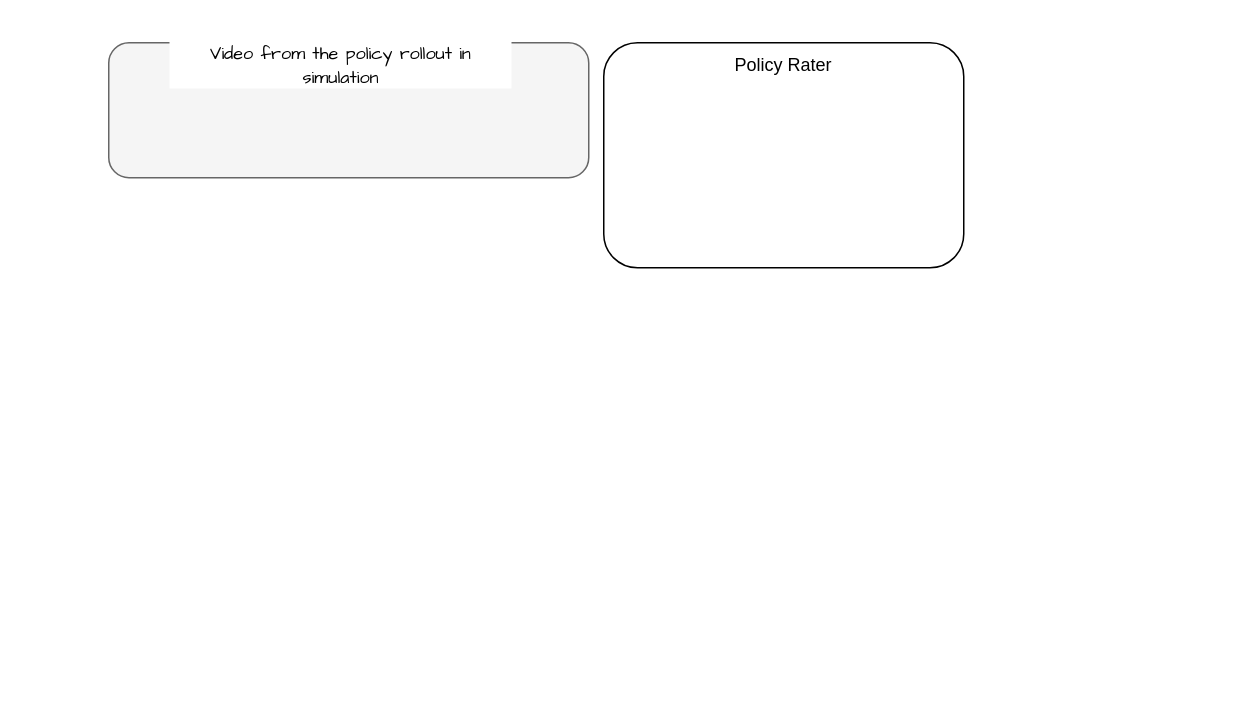
oplisty/APE keeps this draw.io diagram as 未命名绘图.drawio. Above is the earlier version. Source tidied: cells renumbered, new cells numbered last; positions are measured from the earlier drawing's top-left corner, leaving out a move shared by most shapes. Both pictures are drawn from the tidied source at 150%, with x=0, y=0 at pixel (108, 42). Pictures stored in the file or linked from it are replaced by grey dashed boxes.
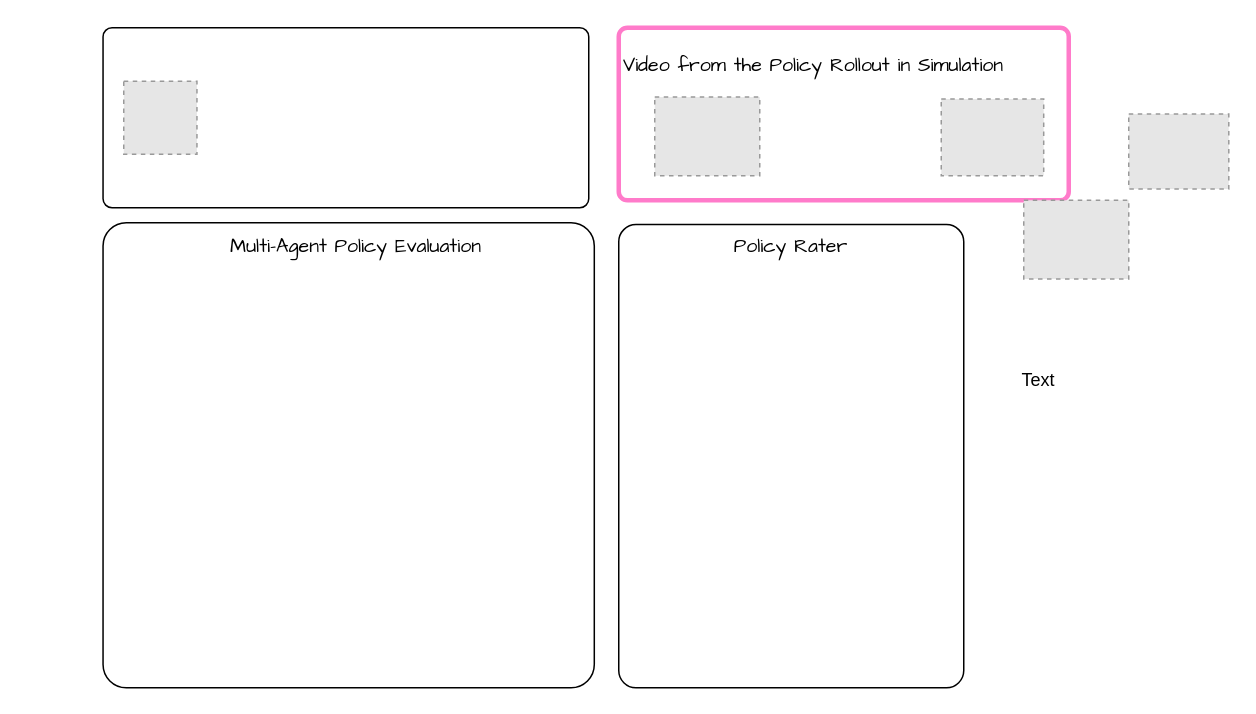
After the change.

Commit message:
更新未命名绘图.drawio

Diff of the diagram source:
```diff
@@
 <mxGraphModel>
   <root>
     <mxCell id="0" />
     <mxCell id="1" parent="0" />
-    <mxCell id="2" style="rounded=1;whiteSpace=wrap;html=1;fillColor=#f5f5f5;fontColor=#333333;strokeColor=#666666;" parent="1" vertex="1">
-      <mxGeometry width="320" height="90" as="geometry" />
+    <mxCell id="2" style="rounded=1;whiteSpace=wrap;html=1;fillColor=#FFFFFF;fontColor=#333333;strokeColor=#FF7BCA;arcSize=5;strokeWidth=3;" parent="1" vertex="1">
+      <mxGeometry x="340" y="-10" width="300" height="115" as="geometry" />
     </mxCell>
-    <mxCell id="3" style="whiteSpace=wrap;html=1;rounded=1;" parent="1" vertex="1">
-      <mxGeometry x="330" width="240" height="150" as="geometry" />
+    <mxCell id="3" style="whiteSpace=wrap;html=1;rounded=1;strokeColor=default;align=center;verticalAlign=middle;fontFamily=Helvetica;fontSize=12;fontColor=default;fillColor=default;arcSize=5;" parent="1" vertex="1">
+      <mxGeometry x="340" y="121.2" width="230" height="308.8" as="geometry" />
     </mxCell>
-    <mxCell id="4" value="Policy Rater" style="text;html=1;whiteSpace=wrap;strokeColor=none;fillColor=none;align=center;verticalAlign=middle;rounded=0;fontFamily=Helvetica;fontSize=12;fontColor=default;labelBackgroundColor=default;" parent="1" vertex="1">
-      <mxGeometry x="405" width="90" height="30" as="geometry" />
+    <mxCell id="4" value="&lt;font style=&quot;font-size: 13px;&quot; face=&quot;Comic Sans MS&quot;&gt;Policy Rater&lt;/font&gt;" style="text;html=1;whiteSpace=wrap;strokeColor=none;fillColor=none;align=center;verticalAlign=middle;rounded=0;fontFamily=Helvetica;fontSize=12;fontColor=default;labelBackgroundColor=default;" parent="1" vertex="1">
+      <mxGeometry x="410" y="121.2" width="90" height="30" as="geometry" />
     </mxCell>
-    <mxCell id="5" value="&lt;span&gt;&lt;font face=&quot;Comic Sans MS&quot;&gt;Video from the policy rollout in &lt;span&gt;simulation&lt;/span&gt;&lt;/font&gt;&lt;/span&gt;" style="text;html=1;whiteSpace=wrap;strokeColor=none;fillColor=none;align=center;verticalAlign=middle;rounded=0;fontFamily=Helvetica;fontSize=12;fontColor=default;labelBackgroundColor=default;" parent="1" vertex="1">
-      <mxGeometry x="40" width="230" height="30" as="geometry" />
-    </mxCell>
+    <mxCell id="6" value="&lt;font style=&quot;font-size: 13px;&quot; face=&quot;Comic Sans MS&quot;&gt;Video from the Policy Rollout in Simulation&lt;/font&gt;" style="text;html=1;whiteSpace=wrap;strokeColor=none;fillColor=none;align=center;verticalAlign=middle;rounded=0;" parent="1" vertex="1">
+      <mxGeometry x="340" width="260" height="30" as="geometry" />
+    </mxCell>
+    <mxCell id="7" style="fillColor=#E6E6E6;strokeColor=#999999;dashed=1;verticalLabelPosition=bottom;labelBackgroundColor=default;verticalAlign=top;" parent="1" vertex="1">
+      <mxGeometry x="555" y="37.5" width="68.3" height="51.2" as="geometry" />
+    </mxCell>
+    <mxCell id="8" style="fillColor=#E6E6E6;strokeColor=#999999;dashed=1;verticalLabelPosition=bottom;labelBackgroundColor=default;verticalAlign=top;" parent="1" vertex="1">
+      <mxGeometry x="610" y="105" width="70" height="52.5" as="geometry" />
+    </mxCell>
+    <mxCell id="9" style="fillColor=#E6E6E6;strokeColor=#999999;dashed=1;verticalLabelPosition=bottom;labelBackgroundColor=default;verticalAlign=top;" parent="1" vertex="1">
+      <mxGeometry x="364" y="36.2" width="70" height="52.5" as="geometry" />
+    </mxCell>
+    <mxCell id="10" style="fillColor=#E6E6E6;strokeColor=#999999;dashed=1;verticalLabelPosition=bottom;labelBackgroundColor=default;verticalAlign=top;" parent="1" vertex="1">
+      <mxGeometry x="680" y="47.5" width="66.7" height="50" as="geometry" />
+    </mxCell>
+    <mxCell id="11" style="rounded=1;whiteSpace=wrap;html=1;arcSize=5;" parent="1" vertex="1">
+      <mxGeometry x="-3.8" y="120" width="327.5" height="310" as="geometry" />
+    </mxCell>
+    <mxCell id="12" value="Text" style="text;html=1;whiteSpace=wrap;strokeColor=none;fillColor=none;align=center;verticalAlign=middle;rounded=0;fontFamily=Helvetica;fontSize=12;fontColor=default;" parent="1" vertex="1">
+      <mxGeometry x="590" y="210" width="60" height="30" as="geometry" />
+    </mxCell>
+    <mxCell id="13" value="&lt;font style=&quot;font-size: 13px;&quot; face=&quot;Comic Sans MS&quot;&gt;Multi-Agent Policy Evaluation&lt;/font&gt;" style="text;html=1;whiteSpace=wrap;strokeColor=none;fillColor=none;align=center;verticalAlign=middle;rounded=0;fontFamily=Helvetica;fontSize=12;fontColor=default;" parent="1" vertex="1">
+      <mxGeometry x="-55" y="121.2" width="440" height="30" as="geometry" />
+    </mxCell>
+    <mxCell id="14" style="rounded=1;whiteSpace=wrap;html=1;strokeColor=default;align=center;verticalAlign=middle;arcSize=5;fontFamily=Helvetica;fontSize=12;fontColor=default;fillColor=default;" parent="1" vertex="1">
+      <mxGeometry x="-3.8" y="-10" width="323.8" height="120" as="geometry" />
+    </mxCell>
+    <mxCell id="15" style="fillColor=#E6E6E6;strokeColor=#999999;dashed=1;verticalLabelPosition=bottom;labelBackgroundColor=default;verticalAlign=top;" parent="1" vertex="1">
+      <mxGeometry x="10" y="25.6" width="48.8" height="48.8" as="geometry" />
+    </mxCell>
   </root>
 </mxGraphModel>
```
